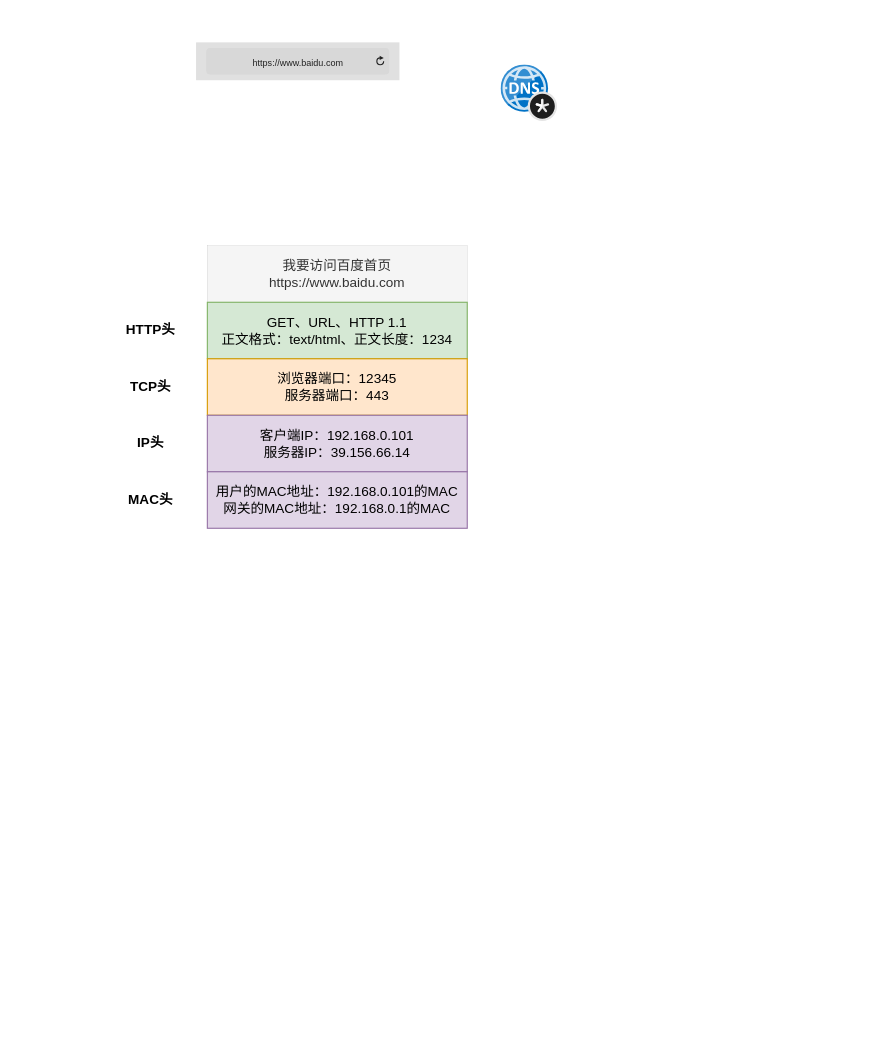
Before: page "网络包封装流程" (2 of 2) of drawio/network/Kubernetes网络.drawio in hezhuma/image-repo, a draw.io diagram. Source tidied: cells renumbered, new cells numbered last; positions are measured from the earlier drawing's top-left corner, leaving out a move shared by most shapes. Both pictures are drawn from the tidied source at 113%, with x=0, y=0 at pixel (116, 42).
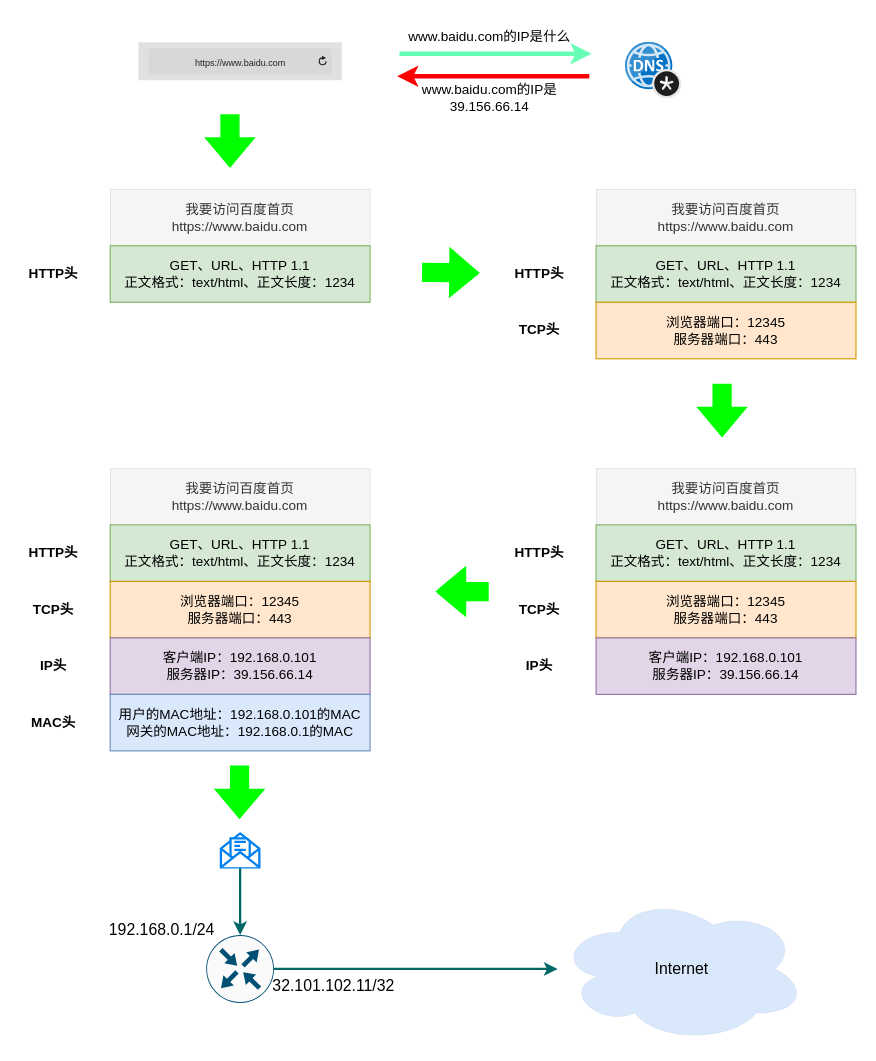
The same diagram, later.

What changed in the source:
```diff
@@
     <mxCell id="2" value="我要访问百度首页&lt;br&gt;https://www.baidu.com" style="rounded=0;whiteSpace=wrap;html=1;fillColor=#f5f5f5;fontColor=#333333;strokeColor=#666666;strokeWidth=0;" parent="1" vertex="1">
-      <mxGeometry x="80" y="180" width="230" height="50" as="geometry" />
+      <mxGeometry x="-6" y="130" width="230" height="50" as="geometry" />
     </mxCell>
     <mxCell id="3" value="GET、URL、HTTP 1.1&lt;br&gt;正文格式：text/html、正文长度：1234" style="rounded=0;whiteSpace=wrap;html=1;fillColor=#d5e8d4;strokeColor=#82b366;strokeWidth=1;" parent="1" vertex="1">
-      <mxGeometry x="80" y="230" width="230" height="50" as="geometry" />
+      <mxGeometry x="-6" y="180" width="230" height="50" as="geometry" />
     </mxCell>
     <mxCell id="4" value="&lt;b&gt;HTTP头&lt;/b&gt;" style="text;html=1;strokeColor=none;fillColor=none;align=center;verticalAlign=middle;whiteSpace=wrap;rounded=0;strokeWidth=0;" parent="1" vertex="1">
-      <mxGeometry y="240" width="60" height="30" as="geometry" />
+      <mxGeometry x="-86" y="190" width="60" height="30" as="geometry" />
     </mxCell>
     <mxCell id="5" style="sketch=0;html=1;align=center;image;fontSize=12;image=img/lib/mscae/DNS_Private_Zones.svg;strokeWidth=0;" parent="1" vertex="1">
-      <mxGeometry x="340" y="20" width="50" height="50" as="geometry" />
+      <mxGeometry x="450" width="50" height="50" as="geometry" />
     </mxCell>
-    <mxCell id="6" value="浏览器端口：12345&lt;br&gt;服务器端口：443" style="rounded=0;whiteSpace=wrap;html=1;fillColor=#ffe6cc;strokeColor=#d79b00;strokeWidth=1;" parent="1" vertex="1">
-      <mxGeometry x="80" y="280" width="230" height="50" as="geometry" />
-    </mxCell>
-    <mxCell id="7" value="&lt;b&gt;TCP头&lt;/b&gt;" style="text;html=1;strokeColor=none;fillColor=none;align=center;verticalAlign=middle;whiteSpace=wrap;rounded=0;strokeWidth=0;" parent="1" vertex="1">
-      <mxGeometry y="290" width="60" height="30" as="geometry" />
-    </mxCell>
-    <mxCell id="8" value="客户端IP：192.168.0.101&lt;br&gt;服务器IP：39.156.66.14" style="rounded=0;whiteSpace=wrap;html=1;fillColor=#e1d5e7;strokeColor=#9673a6;strokeWidth=1;" parent="1" vertex="1">
-      <mxGeometry x="80" y="330" width="230" height="50" as="geometry" />
-    </mxCell>
-    <mxCell id="9" value="&lt;b&gt;IP头&lt;/b&gt;" style="text;html=1;strokeColor=none;fillColor=none;align=center;verticalAlign=middle;whiteSpace=wrap;rounded=0;strokeWidth=0;" parent="1" vertex="1">
-      <mxGeometry y="340" width="60" height="30" as="geometry" />
-    </mxCell>
     <mxCell id="10" value="https://www.baidu.com" style="html=1;strokeWidth=1;shadow=0;dashed=0;shape=mxgraph.ios7ui.url;fillColor=#e0e0e0;strokeColor=#c0c0c0;buttonText=;strokeColor2=#222222;fontColor=#222222;fontSize=8;spacingTop=2;align=center;" parent="1" vertex="1">
-      <mxGeometry x="70" width="180" height="33.5" as="geometry" />
+      <mxGeometry x="19" width="180" height="33.5" as="geometry" />
     </mxCell>
+    <mxCell id="13" value="我要访问百度首页&lt;br&gt;https://www.baidu.com" style="rounded=0;whiteSpace=wrap;html=1;fillColor=#f5f5f5;fontColor=#333333;strokeColor=#666666;strokeWidth=0;" parent="1" vertex="1">
+      <mxGeometry x="424" y="130" width="230" height="50" as="geometry" />
+    </mxCell>
+    <mxCell id="14" value="GET、URL、HTTP 1.1&lt;br&gt;正文格式：text/html、正文长度：1234" style="rounded=0;whiteSpace=wrap;html=1;fillColor=#d5e8d4;strokeColor=#82b366;strokeWidth=1;" parent="1" vertex="1">
+      <mxGeometry x="424" y="180" width="230" height="50" as="geometry" />
+    </mxCell>
+    <mxCell id="15" value="&lt;b&gt;HTTP头&lt;/b&gt;" style="text;html=1;strokeColor=none;fillColor=none;align=center;verticalAlign=middle;whiteSpace=wrap;rounded=0;strokeWidth=0;" parent="1" vertex="1">
+      <mxGeometry x="344" y="190" width="60" height="30" as="geometry" />
+    </mxCell>
+    <mxCell id="16" value="浏览器端口：12345&lt;br&gt;服务器端口：443" style="rounded=0;whiteSpace=wrap;html=1;fillColor=#ffe6cc;strokeColor=#d79b00;strokeWidth=1;" parent="1" vertex="1">
+      <mxGeometry x="424" y="230" width="230" height="50" as="geometry" />
+    </mxCell>
+    <mxCell id="17" value="&lt;b&gt;TCP头&lt;/b&gt;" style="text;html=1;strokeColor=none;fillColor=none;align=center;verticalAlign=middle;whiteSpace=wrap;rounded=0;strokeWidth=0;" parent="1" vertex="1">
+      <mxGeometry x="344" y="240" width="60" height="30" as="geometry" />
+    </mxCell>
+    <mxCell id="18" value="我要访问百度首页&lt;br&gt;https://www.baidu.com" style="rounded=0;whiteSpace=wrap;html=1;fillColor=#f5f5f5;fontColor=#333333;strokeColor=#666666;strokeWidth=0;" parent="1" vertex="1">
+      <mxGeometry x="424" y="377" width="230" height="50" as="geometry" />
+    </mxCell>
+    <mxCell id="19" value="GET、URL、HTTP 1.1&lt;br&gt;正文格式：text/html、正文长度：1234" style="rounded=0;whiteSpace=wrap;html=1;fillColor=#d5e8d4;strokeColor=#82b366;strokeWidth=1;" parent="1" vertex="1">
+      <mxGeometry x="424" y="427" width="230" height="50" as="geometry" />
+    </mxCell>
+    <mxCell id="20" value="&lt;b&gt;HTTP头&lt;/b&gt;" style="text;html=1;strokeColor=none;fillColor=none;align=center;verticalAlign=middle;whiteSpace=wrap;rounded=0;strokeWidth=0;" parent="1" vertex="1">
+      <mxGeometry x="344" y="437" width="60" height="30" as="geometry" />
+    </mxCell>
+    <mxCell id="21" value="浏览器端口：12345&lt;br&gt;服务器端口：443" style="rounded=0;whiteSpace=wrap;html=1;fillColor=#ffe6cc;strokeColor=#d79b00;strokeWidth=1;" parent="1" vertex="1">
+      <mxGeometry x="424" y="477" width="230" height="50" as="geometry" />
+    </mxCell>
+    <mxCell id="22" value="&lt;b&gt;TCP头&lt;/b&gt;" style="text;html=1;strokeColor=none;fillColor=none;align=center;verticalAlign=middle;whiteSpace=wrap;rounded=0;strokeWidth=0;" parent="1" vertex="1">
+      <mxGeometry x="344" y="487" width="60" height="30" as="geometry" />
+    </mxCell>
+    <mxCell id="23" value="客户端IP：192.168.0.101&lt;br&gt;服务器IP：39.156.66.14" style="rounded=0;whiteSpace=wrap;html=1;fillColor=#e1d5e7;strokeColor=#9673a6;strokeWidth=1;" parent="1" vertex="1">
+      <mxGeometry x="424" y="527" width="230" height="50" as="geometry" />
+    </mxCell>
+    <mxCell id="24" value="&lt;b&gt;IP头&lt;/b&gt;" style="text;html=1;strokeColor=none;fillColor=none;align=center;verticalAlign=middle;whiteSpace=wrap;rounded=0;strokeWidth=0;" parent="1" vertex="1">
+      <mxGeometry x="344" y="537" width="60" height="30" as="geometry" />
+    </mxCell>
+    <mxCell id="25" value="我要访问百度首页&lt;br&gt;https://www.baidu.com" style="rounded=0;whiteSpace=wrap;html=1;fillColor=#f5f5f5;fontColor=#333333;strokeColor=#666666;strokeWidth=0;" parent="1" vertex="1">
+      <mxGeometry x="-6" y="377" width="230" height="50" as="geometry" />
+    </mxCell>
+    <mxCell id="26" value="GET、URL、HTTP 1.1&lt;br&gt;正文格式：text/html、正文长度：1234" style="rounded=0;whiteSpace=wrap;html=1;fillColor=#d5e8d4;strokeColor=#82b366;strokeWidth=1;" parent="1" vertex="1">
+      <mxGeometry x="-6" y="427" width="230" height="50" as="geometry" />
+    </mxCell>
+    <mxCell id="27" value="&lt;b&gt;HTTP头&lt;/b&gt;" style="text;html=1;strokeColor=none;fillColor=none;align=center;verticalAlign=middle;whiteSpace=wrap;rounded=0;strokeWidth=0;" parent="1" vertex="1">
+      <mxGeometry x="-86" y="437" width="60" height="30" as="geometry" />
+    </mxCell>
+    <mxCell id="28" value="浏览器端口：12345&lt;br&gt;服务器端口：443" style="rounded=0;whiteSpace=wrap;html=1;fillColor=#ffe6cc;strokeColor=#d79b00;strokeWidth=1;" parent="1" vertex="1">
+      <mxGeometry x="-6" y="477" width="230" height="50" as="geometry" />
+    </mxCell>
+    <mxCell id="29" value="&lt;b&gt;TCP头&lt;/b&gt;" style="text;html=1;strokeColor=none;fillColor=none;align=center;verticalAlign=middle;whiteSpace=wrap;rounded=0;strokeWidth=0;" parent="1" vertex="1">
+      <mxGeometry x="-86" y="487" width="60" height="30" as="geometry" />
+    </mxCell>
+    <mxCell id="30" value="客户端IP：192.168.0.101&lt;br&gt;服务器IP：39.156.66.14" style="rounded=0;whiteSpace=wrap;html=1;fillColor=#e1d5e7;strokeColor=#9673a6;strokeWidth=1;" parent="1" vertex="1">
+      <mxGeometry x="-6" y="527" width="230" height="50" as="geometry" />
+    </mxCell>
+    <mxCell id="31" value="&lt;b&gt;IP头&lt;/b&gt;" style="text;html=1;strokeColor=none;fillColor=none;align=center;verticalAlign=middle;whiteSpace=wrap;rounded=0;strokeWidth=0;" parent="1" vertex="1">
+      <mxGeometry x="-86" y="537" width="60" height="30" as="geometry" />
+    </mxCell>
-    <mxCell id="11" value="用户的MAC地址：192.168.0.101的MAC&lt;br&gt;网关的MAC地址：192.168.0.1的MAC" style="rounded=0;whiteSpace=wrap;html=1;fillColor=#e1d5e7;strokeColor=#9673a6;strokeWidth=1;" parent="1" vertex="1">
-      <mxGeometry x="80" y="380" width="230" height="50" as="geometry" />
+    <mxCell id="11" value="用户的MAC地址：192.168.0.101的MAC&lt;br&gt;网关的MAC地址：192.168.0.1的MAC" style="rounded=0;whiteSpace=wrap;html=1;fillColor=#dae8fc;strokeColor=#6c8ebf;strokeWidth=1;" parent="1" vertex="1">
+      <mxGeometry x="-6" y="577" width="230" height="50" as="geometry" />
     </mxCell>
     <mxCell id="12" value="&lt;b&gt;MAC头&lt;/b&gt;" style="text;html=1;strokeColor=none;fillColor=none;align=center;verticalAlign=middle;whiteSpace=wrap;rounded=0;strokeWidth=0;" parent="1" vertex="1">
-      <mxGeometry y="390" width="60" height="30" as="geometry" />
+      <mxGeometry x="-86" y="587" width="60" height="30" as="geometry" />
     </mxCell>
+    <mxCell id="32" style="endArrow=classic;html=1;rounded=0;strokeWidth=4;strokeColor=#66FFB3;" parent="1" edge="1">
+      <mxGeometry relative="1" as="geometry">
+        <mxPoint x="250" y="10" as="sourcePoint" />
+        <mxPoint x="420" y="10" as="targetPoint" />
+      </mxGeometry>
+    </mxCell>
+    <mxCell id="33" style="endArrow=classic;html=1;rounded=0;strokeWidth=4;strokeColor=#FF0000;" parent="1" edge="1">
+      <mxGeometry relative="1" as="geometry">
+        <mxPoint x="418" y="30" as="sourcePoint" />
+        <mxPoint x="248" y="30" as="targetPoint" />
+      </mxGeometry>
+    </mxCell>
+    <mxCell id="34" value="www.baidu.com的IP是什么" style="text;html=1;strokeColor=none;fillColor=none;align=center;verticalAlign=middle;whiteSpace=wrap;rounded=0;strokeWidth=0;" parent="1" vertex="1">
+      <mxGeometry x="250" y="-20" width="160" height="30" as="geometry" />
+    </mxCell>
+    <mxCell id="35" value="www.baidu.com的IP是39.156.66.14" style="text;html=1;strokeColor=none;fillColor=none;align=center;verticalAlign=middle;whiteSpace=wrap;rounded=0;strokeWidth=0;" parent="1" vertex="1">
+      <mxGeometry x="250" y="33.5" width="160" height="30" as="geometry" />
+    </mxCell>
+    <mxCell id="36" style="shape=flexArrow;endArrow=classic;html=1;rounded=0;strokeColor=#00FF00;strokeWidth=4;fillColor=#00FF00;" parent="1" edge="1">
+      <mxGeometry relative="1" as="geometry">
+        <mxPoint x="100" y="63.5" as="sourcePoint" />
+        <mxPoint x="100" y="110" as="targetPoint" />
+      </mxGeometry>
+    </mxCell>
+    <mxCell id="37" style="shape=flexArrow;endArrow=classic;html=1;rounded=0;strokeColor=#00FF00;strokeWidth=4;fillColor=#00FF00;" parent="1" edge="1">
+      <mxGeometry relative="1" as="geometry">
+        <mxPoint x="535.5" y="302" as="sourcePoint" />
+        <mxPoint x="535.5" y="348.5" as="targetPoint" />
+      </mxGeometry>
+    </mxCell>
+    <mxCell id="38" style="shape=flexArrow;endArrow=classic;html=1;rounded=0;strokeColor=#00FF00;strokeWidth=4;fillColor=#00FF00;" parent="1" edge="1">
+      <mxGeometry relative="1" as="geometry">
+        <mxPoint x="270" y="203.5" as="sourcePoint" />
+        <mxPoint x="320" y="204" as="targetPoint" />
+      </mxGeometry>
+    </mxCell>
+    <mxCell id="39" style="shape=flexArrow;endArrow=classic;html=1;rounded=0;strokeColor=#00FF00;strokeWidth=4;fillColor=#00FF00;" parent="1" edge="1">
+      <mxGeometry relative="1" as="geometry">
+        <mxPoint x="329" y="486" as="sourcePoint" />
+        <mxPoint x="283" y="486" as="targetPoint" />
+        <Array as="points">
+          <mxPoint x="309" y="486" />
+        </Array>
+      </mxGeometry>
+    </mxCell>
+    <mxCell id="40" style="edgeStyle=orthogonalEdgeStyle;rounded=0;jettySize=auto;html=1;entryX=0.5;entryY=0;entryDx=0;entryDy=0;entryPerimeter=0;strokeColor=#006666;strokeWidth=2;fontSize=14;fillColor=#00FF00;" parent="1" edge="1" source="41" target="43">
+      <mxGeometry relative="1" as="geometry" />
+    </mxCell>
+    <mxCell id="41" style="html=1;verticalLabelPosition=bottom;align=center;labelBackgroundColor=#ffffff;verticalAlign=top;strokeWidth=2;strokeColor=#0080F0;shadow=0;dashed=0;shape=mxgraph.ios7.icons.envelope_(message);" parent="1" vertex="1">
+      <mxGeometry x="92" y="700" width="34" height="30" as="geometry" />
+    </mxCell>
+    <mxCell id="42" style="edgeStyle=orthogonalEdgeStyle;rounded=0;jettySize=auto;html=1;strokeColor=#006666;strokeWidth=2;fontSize=14;fillColor=#00FF00;" parent="1" edge="1" source="43" target="44">
+      <mxGeometry relative="1" as="geometry" />
+    </mxCell>
+    <mxCell id="43" style="sketch=0;points=[[0.5,0,0],[1,0.5,0],[0.5,1,0],[0,0.5,0],[0.145,0.145,0],[0.8555,0.145,0],[0.855,0.8555,0],[0.145,0.855,0]];verticalLabelPosition=bottom;html=1;verticalAlign=top;align=center;shape=mxgraph.cisco19.rect;prIcon=router;fillColor=#FAFAFA;strokeColor=#005073;fontColor=#808080;" parent="1" vertex="1">
+      <mxGeometry x="79" y="790" width="60" height="60" as="geometry" />
+    </mxCell>
+    <mxCell id="44" value="&lt;font style=&quot;font-size: 14px;&quot;&gt;Internet&lt;/font&gt;" style="ellipse;shape=cloud;whiteSpace=wrap;html=1;align=center;strokeWidth=0;fillColor=#dae8fc;strokeColor=#6c8ebf;" parent="1" vertex="1">
+      <mxGeometry x="390" y="755" width="220" height="130" as="geometry" />
+    </mxCell>
+    <mxCell id="45" style="shape=flexArrow;endArrow=classic;html=1;rounded=0;strokeColor=#00FF00;strokeWidth=4;fillColor=#00FF00;" parent="1" edge="1">
+      <mxGeometry relative="1" as="geometry">
+        <mxPoint x="108.5" y="640" as="sourcePoint" />
+        <mxPoint x="108.5" y="686.5" as="targetPoint" />
+      </mxGeometry>
+    </mxCell>
+    <mxCell id="46" value="192.168.0.1/24" style="text;html=1;strokeColor=none;fillColor=none;align=center;verticalAlign=middle;whiteSpace=wrap;rounded=0;strokeWidth=0;fontSize=14;" parent="1" vertex="1">
+      <mxGeometry x="10" y="770" width="60" height="30" as="geometry" />
+    </mxCell>
+    <mxCell id="47" value="32.101.102.11/32" style="text;html=1;strokeColor=none;fillColor=none;align=center;verticalAlign=middle;whiteSpace=wrap;rounded=0;strokeWidth=0;fontSize=14;" parent="1" vertex="1">
+      <mxGeometry x="162" y="820" width="60" height="30" as="geometry" />
+    </mxCell>
```
